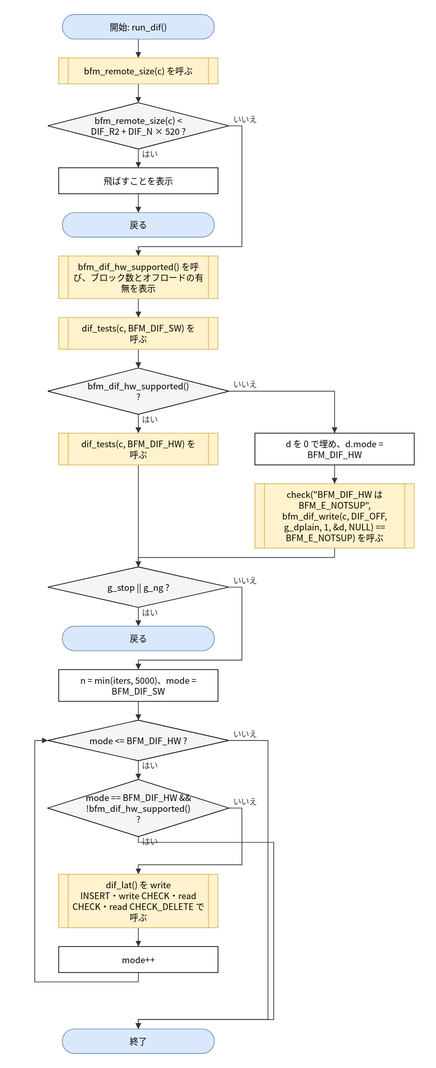
Earlier version of the draw.io export doc/spec/images/flow_test_bfm_test-run_dif.drawio.svg (hf355051012-ai/bfmem). Source tidied: cells renumbered, new cells last; positions are measured from the earlier drawing's top-left corner, leaving out a move shared by most shapes.
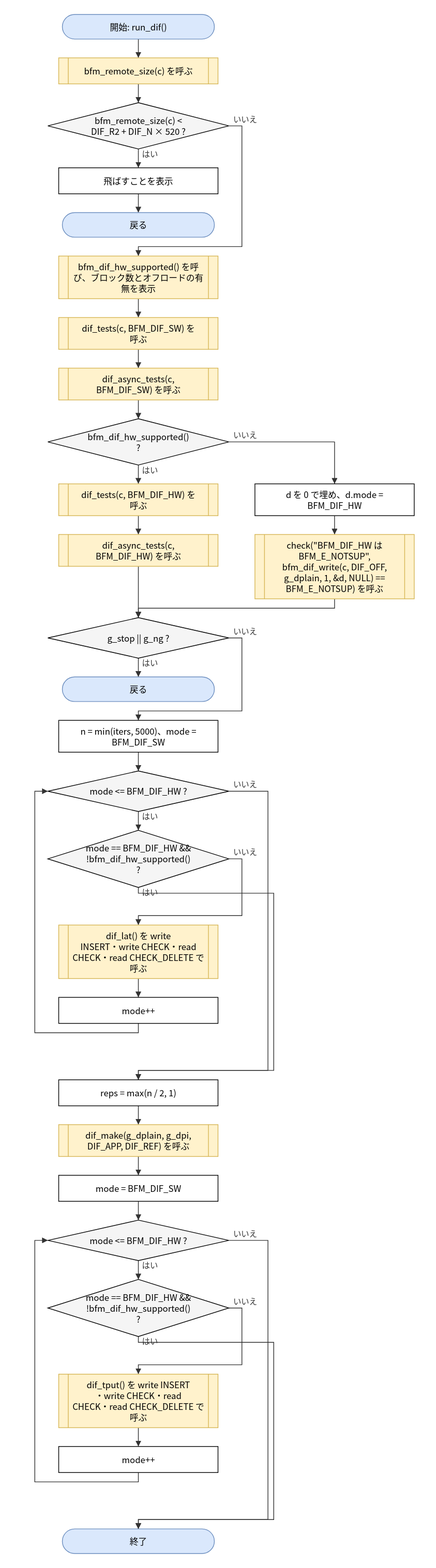
After the change.

Change to the diagram source:
```diff
@@ -25,38 +25,65 @@
     </mxCell>
-    <mxCell id="9" value="bfm_dif_hw_supported()&lt;br&gt;?" style="rhombus;whiteSpace=wrap;html=1;fillColor=#f5f5f5;" parent="1" vertex="1">
-      <mxGeometry x="18" y="489" width="250" height="64" as="geometry" />
+    <mxCell id="9" value="dif_async_tests(c,&lt;br&gt;BFM_DIF_SW) を呼ぶ" style="shape=process;whiteSpace=wrap;html=1;backgroundOutline=1;size=0.06;fillColor=#fff2cc;strokeColor=#d6b656;" parent="1" vertex="1">
+      <mxGeometry x="33" y="489" width="220" height="44" as="geometry" />
     </mxCell>
-    <mxCell id="10" value="dif_tests(c, BFM_DIF_HW) を&lt;br&gt;呼ぶ" style="shape=process;whiteSpace=wrap;html=1;backgroundOutline=1;size=0.06;fillColor=#fff2cc;strokeColor=#d6b656;" parent="1" vertex="1">
-      <mxGeometry x="33" y="579" width="220" height="44" as="geometry" />
+    <mxCell id="10" value="bfm_dif_hw_supported()&lt;br&gt;?" style="rhombus;whiteSpace=wrap;html=1;fillColor=#f5f5f5;" parent="1" vertex="1">
+      <mxGeometry x="18" y="559" width="250" height="64" as="geometry" />
     </mxCell>
-    <mxCell id="11" value="d を 0 で埋め、d.mode =&lt;br&gt;BFM_DIF_HW" style="rounded=0;whiteSpace=wrap;html=1;" parent="1" vertex="1">
-      <mxGeometry x="304" y="579" width="220" height="44" as="geometry" />
+    <mxCell id="11" value="dif_tests(c, BFM_DIF_HW) を&lt;br&gt;呼ぶ" style="shape=process;whiteSpace=wrap;html=1;backgroundOutline=1;size=0.06;fillColor=#fff2cc;strokeColor=#d6b656;" parent="1" vertex="1">
+      <mxGeometry x="33" y="649" width="220" height="44" as="geometry" />
     </mxCell>
-    <mxCell id="12" value="check(&amp;quot;BFM_DIF_HW は&lt;br&gt;BFM_E_NOTSUP&amp;quot;,&lt;br&gt;bfm_dif_write(c, DIF_OFF,&lt;br&gt;g_dplain, 1, &amp;amp;d, NULL) ==&lt;br&gt;BFM_E_NOTSUP) を呼ぶ" style="shape=process;whiteSpace=wrap;html=1;backgroundOutline=1;size=0.06;fillColor=#fff2cc;strokeColor=#d6b656;" parent="1" vertex="1">
-      <mxGeometry x="304" y="649" width="220" height="89" as="geometry" />
+    <mxCell id="12" value="dif_async_tests(c,&lt;br&gt;BFM_DIF_HW) を呼ぶ" style="shape=process;whiteSpace=wrap;html=1;backgroundOutline=1;size=0.06;fillColor=#fff2cc;strokeColor=#d6b656;" parent="1" vertex="1">
+      <mxGeometry x="33" y="719" width="220" height="44" as="geometry" />
     </mxCell>
-    <mxCell id="13" value="g_stop || g_ng ?" style="rhombus;whiteSpace=wrap;html=1;fillColor=#f5f5f5;" parent="1" vertex="1">
-      <mxGeometry x="18" y="764" width="250" height="56" as="geometry" />
+    <mxCell id="13" value="d を 0 で埋め、d.mode =&lt;br&gt;BFM_DIF_HW" style="rounded=0;whiteSpace=wrap;html=1;" parent="1" vertex="1">
+      <mxGeometry x="304" y="649" width="220" height="44" as="geometry" />
     </mxCell>
-    <mxCell id="14" value="戻る" style="rounded=1;arcSize=50;whiteSpace=wrap;html=1;fillColor=#dae8fc;strokeColor=#6c8ebf;" parent="1" vertex="1">
-      <mxGeometry x="38" y="846" width="210" height="34" as="geometry" />
+    <mxCell id="14" value="check(&amp;quot;BFM_DIF_HW は&lt;br&gt;BFM_E_NOTSUP&amp;quot;,&lt;br&gt;bfm_dif_write(c, DIF_OFF,&lt;br&gt;g_dplain, 1, &amp;amp;d, NULL) ==&lt;br&gt;BFM_E_NOTSUP) を呼ぶ" style="shape=process;whiteSpace=wrap;html=1;backgroundOutline=1;size=0.06;fillColor=#fff2cc;strokeColor=#d6b656;" parent="1" vertex="1">
+      <mxGeometry x="304" y="719" width="220" height="89" as="geometry" />
     </mxCell>
-    <mxCell id="15" value="n = min(iters, 5000)、mode =&lt;br&gt;BFM_DIF_SW" style="rounded=0;whiteSpace=wrap;html=1;" parent="1" vertex="1">
-      <mxGeometry x="33" y="906" width="220" height="44" as="geometry" />
+    <mxCell id="15" value="g_stop || g_ng ?" style="rhombus;whiteSpace=wrap;html=1;fillColor=#f5f5f5;" parent="1" vertex="1">
+      <mxGeometry x="18" y="834" width="250" height="56" as="geometry" />
     </mxCell>
-    <mxCell id="16" value="mode &amp;lt;= BFM_DIF_HW ?" style="rhombus;whiteSpace=wrap;html=1;fillColor=#f5f5f5;" parent="1" vertex="1">
-      <mxGeometry x="18" y="976" width="250" height="56" as="geometry" />
+    <mxCell id="16" value="戻る" style="rounded=1;arcSize=50;whiteSpace=wrap;html=1;fillColor=#dae8fc;strokeColor=#6c8ebf;" parent="1" vertex="1">
+      <mxGeometry x="38" y="916" width="210" height="34" as="geometry" />
     </mxCell>
-    <mxCell id="17" value="mode == BFM_DIF_HW &amp;amp;&amp;amp;&lt;br&gt;!bfm_dif_hw_supported()&lt;br&gt;?" style="rhombus;whiteSpace=wrap;html=1;fillColor=#f5f5f5;" parent="1" vertex="1">
-      <mxGeometry x="18" y="1058" width="250" height="79" as="geometry" />
+    <mxCell id="17" value="n = min(iters, 5000)、mode =&lt;br&gt;BFM_DIF_SW" style="rounded=0;whiteSpace=wrap;html=1;" parent="1" vertex="1">
+      <mxGeometry x="33" y="976" width="220" height="44" as="geometry" />
     </mxCell>
-    <mxCell id="18" value="dif_lat() を write&lt;br&gt;INSERT・write CHECK・read&lt;br&gt;CHECK・read CHECK_DELETE で&lt;br&gt;呼ぶ" style="shape=process;whiteSpace=wrap;html=1;backgroundOutline=1;size=0.06;fillColor=#fff2cc;strokeColor=#d6b656;" parent="1" vertex="1">
-      <mxGeometry x="33" y="1189" width="220" height="74" as="geometry" />
+    <mxCell id="18" value="mode &amp;lt;= BFM_DIF_HW ?" style="rhombus;whiteSpace=wrap;html=1;fillColor=#f5f5f5;" parent="1" vertex="1">
+      <mxGeometry x="18" y="1046" width="250" height="56" as="geometry" />
     </mxCell>
-    <mxCell id="19" value="mode++" style="rounded=0;whiteSpace=wrap;html=1;" parent="1" vertex="1">
-      <mxGeometry x="33" y="1289" width="220" height="36" as="geometry" />
+    <mxCell id="19" value="mode == BFM_DIF_HW &amp;amp;&amp;amp;&lt;br&gt;!bfm_dif_hw_supported()&lt;br&gt;?" style="rhombus;whiteSpace=wrap;html=1;fillColor=#f5f5f5;" parent="1" vertex="1">
+      <mxGeometry x="18" y="1128" width="250" height="79" as="geometry" />
     </mxCell>
-    <mxCell id="20" value="終了" style="rounded=1;arcSize=50;whiteSpace=wrap;html=1;fillColor=#dae8fc;strokeColor=#6c8ebf;" parent="1" vertex="1">
-      <mxGeometry x="38" y="1403" width="210" height="34" as="geometry" />
+    <mxCell id="20" value="dif_lat() を write&lt;br&gt;INSERT・write CHECK・read&lt;br&gt;CHECK・read CHECK_DELETE で&lt;br&gt;呼ぶ" style="shape=process;whiteSpace=wrap;html=1;backgroundOutline=1;size=0.06;fillColor=#fff2cc;strokeColor=#d6b656;" parent="1" vertex="1">
+      <mxGeometry x="33" y="1259" width="220" height="74" as="geometry" />
     </mxCell>
+    <mxCell id="42" value="mode++" style="rounded=0;whiteSpace=wrap;html=1;" parent="1" vertex="1">
+      <mxGeometry x="33" y="1359" width="220" height="36" as="geometry" />
+    </mxCell>
+    <mxCell id="43" value="reps = max(n / 2, 1)" style="rounded=0;whiteSpace=wrap;html=1;" parent="1" vertex="1">
+      <mxGeometry x="33" y="1473" width="220" height="36" as="geometry" />
+    </mxCell>
+    <mxCell id="44" value="dif_make(g_dplain, g_dpi,&lt;br&gt;DIF_APP, DIF_REF) を呼ぶ" style="shape=process;whiteSpace=wrap;html=1;backgroundOutline=1;size=0.06;fillColor=#fff2cc;strokeColor=#d6b656;" parent="1" vertex="1">
+      <mxGeometry x="33" y="1535" width="220" height="44" as="geometry" />
+    </mxCell>
+    <mxCell id="45" value="mode = BFM_DIF_SW" style="rounded=0;whiteSpace=wrap;html=1;" parent="1" vertex="1">
+      <mxGeometry x="33" y="1605" width="220" height="36" as="geometry" />
+    </mxCell>
+    <mxCell id="46" value="mode &amp;lt;= BFM_DIF_HW ?" style="rhombus;whiteSpace=wrap;html=1;fillColor=#f5f5f5;" parent="1" vertex="1">
+      <mxGeometry x="18" y="1667" width="250" height="56" as="geometry" />
+    </mxCell>
+    <mxCell id="47" value="mode == BFM_DIF_HW &amp;amp;&amp;amp;&lt;br&gt;!bfm_dif_hw_supported()&lt;br&gt;?" style="rhombus;whiteSpace=wrap;html=1;fillColor=#f5f5f5;" parent="1" vertex="1">
+      <mxGeometry x="18" y="1749" width="250" height="79" as="geometry" />
+    </mxCell>
+    <mxCell id="48" value="dif_tput() を write INSERT&lt;br&gt;・write CHECK・read&lt;br&gt;CHECK・read CHECK_DELETE で&lt;br&gt;呼ぶ" style="shape=process;whiteSpace=wrap;html=1;backgroundOutline=1;size=0.06;fillColor=#fff2cc;strokeColor=#d6b656;" parent="1" vertex="1">
+      <mxGeometry x="33" y="1880" width="220" height="74" as="geometry" />
+    </mxCell>
+    <mxCell id="49" value="mode++" style="rounded=0;whiteSpace=wrap;html=1;" parent="1" vertex="1">
+      <mxGeometry x="33" y="1980" width="220" height="36" as="geometry" />
+    </mxCell>
+    <mxCell id="50" value="終了" style="rounded=1;arcSize=50;whiteSpace=wrap;html=1;fillColor=#dae8fc;strokeColor=#6c8ebf;" parent="1" vertex="1">
+      <mxGeometry x="38" y="2094" width="210" height="34" as="geometry" />
+    </mxCell>
     <mxCell id="21" style="edgeStyle=none;html=1;rounded=0;endArrow=block;endFill=1;exitX=0.5000;exitY=1.0000;exitDx=0;exitDy=0;exitPerimeter=0;entryX=0.5000;entryY=0.0000;entryDx=0;entryDy=0;entryPerimeter=0;" parent="1" edge="1" source="2" target="3">
@@ -88,11 +115,7 @@
     </mxCell>
-    <mxCell id="28" value="はい" style="edgeStyle=none;html=1;rounded=0;endArrow=block;endFill=1;exitX=0.5000;exitY=1.0000;exitDx=0;exitDy=0;exitPerimeter=0;entryX=0.5000;entryY=0.0000;entryDx=0;entryDy=0;entryPerimeter=0;" parent="1" edge="1" source="9" target="10">
+    <mxCell id="28" style="edgeStyle=none;html=1;rounded=0;endArrow=block;endFill=1;exitX=0.5000;exitY=1.0000;exitDx=0;exitDy=0;exitPerimeter=0;entryX=0.5000;entryY=0.0000;entryDx=0;entryDy=0;entryPerimeter=0;" parent="1" edge="1" source="9" target="10">
       <mxGeometry relative="1" as="geometry" />
     </mxCell>
-    <mxCell id="29" value="いいえ" style="edgeStyle=none;html=1;rounded=0;endArrow=block;endFill=1;exitX=1.0000;exitY=0.5000;exitDx=0;exitDy=0;exitPerimeter=0;entryX=0.5000;entryY=0.0000;entryDx=0;entryDy=0;entryPerimeter=0;" parent="1" edge="1" source="9" target="11">
-      <mxGeometry relative="1" as="geometry">
-        <Array as="points">
-          <mxPoint x="414" y="521" />
-        </Array>
-      </mxGeometry>
+    <mxCell id="29" value="はい" style="edgeStyle=none;html=1;rounded=0;endArrow=block;endFill=1;exitX=0.5000;exitY=1.0000;exitDx=0;exitDy=0;exitPerimeter=0;entryX=0.5000;entryY=0.0000;entryDx=0;entryDy=0;entryPerimeter=0;" parent="1" edge="1" source="10" target="11">
+      <mxGeometry relative="1" as="geometry" />
     </mxCell>
@@ -101,22 +124,20 @@
     </mxCell>
-    <mxCell id="31" style="edgeStyle=none;html=1;rounded=0;endArrow=block;endFill=1;exitX=0.5000;exitY=1.0000;exitDx=0;exitDy=0;exitPerimeter=0;entryX=0.5000;entryY=0.0000;entryDx=0;entryDy=0;entryPerimeter=0;" parent="1" edge="1" source="10" target="13">
-      <mxGeometry relative="1" as="geometry" />
+    <mxCell id="31" value="いいえ" style="edgeStyle=none;html=1;rounded=0;endArrow=block;endFill=1;exitX=1.0000;exitY=0.5000;exitDx=0;exitDy=0;exitPerimeter=0;entryX=0.5000;entryY=0.0000;entryDx=0;entryDy=0;entryPerimeter=0;" parent="1" edge="1" source="10" target="13">
+      <mxGeometry relative="1" as="geometry">
+        <Array as="points">
+          <mxPoint x="414" y="591" />
+        </Array>
+      </mxGeometry>
     </mxCell>
-    <mxCell id="32" style="edgeStyle=none;html=1;rounded=0;endArrow=block;endFill=1;exitX=0.5000;exitY=1.0000;exitDx=0;exitDy=0;exitPerimeter=0;entryX=0.5000;entryY=0.0000;entryDx=0;entryDy=0;entryPerimeter=0;" parent="1" edge="1" source="12" target="13">
-      <mxGeometry relative="1" as="geometry">
-        <Array as="points">
-          <mxPoint x="414" y="751" />
-          <mxPoint x="143" y="751" />
-        </Array>
-      </mxGeometry>
+    <mxCell id="32" style="edgeStyle=none;html=1;rounded=0;endArrow=block;endFill=1;exitX=0.5000;exitY=1.0000;exitDx=0;exitDy=0;exitPerimeter=0;entryX=0.5000;entryY=0.0000;entryDx=0;entryDy=0;entryPerimeter=0;" parent="1" edge="1" source="13" target="14">
+      <mxGeometry relative="1" as="geometry" />
     </mxCell>
-    <mxCell id="33" value="はい" style="edgeStyle=none;html=1;rounded=0;endArrow=block;endFill=1;exitX=0.5000;exitY=1.0000;exitDx=0;exitDy=0;exitPerimeter=0;entryX=0.5000;entryY=0.0000;entryDx=0;entryDy=0;entryPerimeter=0;" parent="1" edge="1" source="13" target="14">
+    <mxCell id="33" style="edgeStyle=none;html=1;rounded=0;endArrow=block;endFill=1;exitX=0.5000;exitY=1.0000;exitDx=0;exitDy=0;exitPerimeter=0;entryX=0.5000;entryY=0.0000;entryDx=0;entryDy=0;entryPerimeter=0;" parent="1" edge="1" source="12" target="15">
       <mxGeometry relative="1" as="geometry" />
     </mxCell>
-    <mxCell id="34" value="いいえ" style="edgeStyle=none;html=1;rounded=0;endArrow=block;endFill=1;exitX=1.0000;exitY=0.5000;exitDx=0;exitDy=0;exitPerimeter=0;entryX=0.5000;entryY=0.0000;entryDx=0;entryDy=0;entryPerimeter=0;" parent="1" edge="1" source="13" target="15">
+    <mxCell id="34" style="edgeStyle=none;html=1;rounded=0;endArrow=block;endFill=1;exitX=0.5000;exitY=1.0000;exitDx=0;exitDy=0;exitPerimeter=0;entryX=0.5000;entryY=0.0000;entryDx=0;entryDy=0;entryPerimeter=0;" parent="1" edge="1" source="14" target="15">
       <mxGeometry relative="1" as="geometry">
         <Array as="points">
-          <mxPoint x="286" y="792" />
-          <mxPoint x="286" y="893" />
-          <mxPoint x="143" y="893" />
+          <mxPoint x="414" y="821" />
+          <mxPoint x="143" y="821" />
         </Array>
@@ -124,26 +145,26 @@
     </mxCell>
-    <mxCell id="35" style="edgeStyle=none;html=1;rounded=0;endArrow=block;endFill=1;exitX=0.5000;exitY=1.0000;exitDx=0;exitDy=0;exitPerimeter=0;entryX=0.5000;entryY=0.0000;entryDx=0;entryDy=0;entryPerimeter=0;" parent="1" edge="1" source="15" target="16">
+    <mxCell id="35" value="はい" style="edgeStyle=none;html=1;rounded=0;endArrow=block;endFill=1;exitX=0.5000;exitY=1.0000;exitDx=0;exitDy=0;exitPerimeter=0;entryX=0.5000;entryY=0.0000;entryDx=0;entryDy=0;entryPerimeter=0;" parent="1" edge="1" source="15" target="16">
       <mxGeometry relative="1" as="geometry" />
     </mxCell>
-    <mxCell id="36" value="はい" style="edgeStyle=none;html=1;rounded=0;endArrow=block;endFill=1;exitX=0.5000;exitY=1.0000;exitDx=0;exitDy=0;exitPerimeter=0;entryX=0.5000;entryY=0.0000;entryDx=0;entryDy=0;entryPerimeter=0;" parent="1" edge="1" source="16" target="17">
-      <mxGeometry relative="1" as="geometry" />
+    <mxCell id="36" value="いいえ" style="edgeStyle=none;html=1;rounded=0;endArrow=block;endFill=1;exitX=1.0000;exitY=0.5000;exitDx=0;exitDy=0;exitPerimeter=0;entryX=0.5000;entryY=0.0000;entryDx=0;entryDy=0;entryPerimeter=0;" parent="1" edge="1" source="15" target="17">
+      <mxGeometry relative="1" as="geometry">
+        <Array as="points">
+          <mxPoint x="286" y="862" />
+          <mxPoint x="286" y="963" />
+          <mxPoint x="143" y="963" />
+        </Array>
+      </mxGeometry>
     </mxCell>
-    <mxCell id="37" value="いいえ" style="edgeStyle=none;html=1;rounded=0;endArrow=block;endFill=1;exitX=1.0000;exitY=0.5000;exitDx=0;exitDy=0;exitPerimeter=0;entryX=0.5000;entryY=0.0000;entryDx=0;entryDy=0;entryPerimeter=0;" parent="1" edge="1" source="17" target="18">
-      <mxGeometry relative="1" as="geometry">
-        <Array as="points">
-          <mxPoint x="286" y="1097.5" />
-          <mxPoint x="286" y="1176" />
-          <mxPoint x="143" y="1176" />
-        </Array>
-      </mxGeometry>
+    <mxCell id="37" style="edgeStyle=none;html=1;rounded=0;endArrow=block;endFill=1;exitX=0.5000;exitY=1.0000;exitDx=0;exitDy=0;exitPerimeter=0;entryX=0.5000;entryY=0.0000;entryDx=0;entryDy=0;entryPerimeter=0;" parent="1" edge="1" source="17" target="18">
+      <mxGeometry relative="1" as="geometry" />
     </mxCell>
-    <mxCell id="38" style="edgeStyle=none;html=1;rounded=0;endArrow=block;endFill=1;exitX=0.5000;exitY=1.0000;exitDx=0;exitDy=0;exitPerimeter=0;entryX=0.5000;entryY=0.0000;entryDx=0;entryDy=0;entryPerimeter=0;" parent="1" edge="1" source="18" target="19">
+    <mxCell id="38" value="はい" style="edgeStyle=none;html=1;rounded=0;endArrow=block;endFill=1;exitX=0.5000;exitY=1.0000;exitDx=0;exitDy=0;exitPerimeter=0;entryX=0.5000;entryY=0.0000;entryDx=0;entryDy=0;entryPerimeter=0;" parent="1" edge="1" source="18" target="19">
       <mxGeometry relative="1" as="geometry" />
     </mxCell>
-    <mxCell id="39" style="edgeStyle=none;html=1;rounded=0;endArrow=block;endFill=1;exitX=0.5000;exitY=1.0000;exitDx=0;exitDy=0;exitPerimeter=0;entryX=0.0000;entryY=0.5000;entryDx=0;entryDy=0;entryPerimeter=0;" parent="1" edge="1" source="19" target="16">
+    <mxCell id="39" value="いいえ" style="edgeStyle=none;html=1;rounded=0;endArrow=block;endFill=1;exitX=1.0000;exitY=0.5000;exitDx=0;exitDy=0;exitPerimeter=0;entryX=0.5000;entryY=0.0000;entryDx=0;entryDy=0;entryPerimeter=0;" parent="1" edge="1" source="19" target="20">
       <mxGeometry relative="1" as="geometry">
         <Array as="points">
-          <mxPoint x="143" y="1338" />
-          <mxPoint y="1338" />
-          <mxPoint y="1004" />
+          <mxPoint x="286" y="1167.5" />
+          <mxPoint x="286" y="1246" />
+          <mxPoint x="143" y="1246" />
         </Array>
@@ -151,18 +172,11 @@
     </mxCell>
-    <mxCell id="40" value="いいえ" style="edgeStyle=none;html=1;rounded=0;endArrow=block;endFill=1;exitX=1.0000;exitY=0.5000;exitDx=0;exitDy=0;exitPerimeter=0;entryX=0.5000;entryY=0.0000;entryDx=0;entryDy=0;entryPerimeter=0;" parent="1" edge="1" source="16" target="20">
-      <mxGeometry relative="1" as="geometry">
-        <Array as="points">
-          <mxPoint x="322" y="1004" />
-          <mxPoint x="322" y="1390" />
-          <mxPoint x="143" y="1390" />
-        </Array>
-      </mxGeometry>
+    <mxCell id="40" style="edgeStyle=none;html=1;rounded=0;endArrow=block;endFill=1;exitX=0.5000;exitY=1.0000;exitDx=0;exitDy=0;exitPerimeter=0;entryX=0.5000;entryY=0.0000;entryDx=0;entryDy=0;entryPerimeter=0;" parent="1" edge="1" source="20" target="42">
+      <mxGeometry relative="1" as="geometry" />
     </mxCell>
-    <mxCell id="41" value="はい" style="edgeStyle=none;html=1;rounded=0;endArrow=block;endFill=1;exitX=0.5000;exitY=1.0000;exitDx=0;exitDy=0;exitPerimeter=0;entryX=0.5000;entryY=0.0000;entryDx=0;entryDy=0;entryPerimeter=0;" parent="1" edge="1" source="17" target="20">
+    <mxCell id="41" style="edgeStyle=none;html=1;rounded=0;endArrow=block;endFill=1;exitX=0.5000;exitY=1.0000;exitDx=0;exitDy=0;exitPerimeter=0;entryX=0.0000;entryY=0.5000;entryDx=0;entryDy=0;entryPerimeter=0;" parent="1" edge="1" source="42" target="18">
       <mxGeometry relative="1" as="geometry">
         <Array as="points">
-          <mxPoint x="143" y="1145" />
-          <mxPoint x="330" y="1145" />
-          <mxPoint x="330" y="1390" />
-          <mxPoint x="143" y="1390" />
+          <mxPoint x="143" y="1408" />
+          <mxPoint y="1408" />
+          <mxPoint y="1074" />
         </Array>
@@ -170,2 +184,73 @@
     </mxCell>
+    <mxCell id="51" value="いいえ" style="edgeStyle=none;html=1;rounded=0;endArrow=block;endFill=1;exitX=1.0000;exitY=0.5000;exitDx=0;exitDy=0;exitPerimeter=0;entryX=0.5000;entryY=0.0000;entryDx=0;entryDy=0;entryPerimeter=0;" parent="1" edge="1" source="18" target="43">
+      <mxGeometry relative="1" as="geometry">
+        <Array as="points">
+          <mxPoint x="322" y="1074" />
+          <mxPoint x="322" y="1460" />
+          <mxPoint x="143" y="1460" />
+        </Array>
+      </mxGeometry>
+    </mxCell>
+    <mxCell id="52" value="はい" style="edgeStyle=none;html=1;rounded=0;endArrow=block;endFill=1;exitX=0.5000;exitY=1.0000;exitDx=0;exitDy=0;exitPerimeter=0;entryX=0.5000;entryY=0.0000;entryDx=0;entryDy=0;entryPerimeter=0;" parent="1" edge="1" source="19" target="43">
+      <mxGeometry relative="1" as="geometry">
+        <Array as="points">
+          <mxPoint x="143" y="1215" />
+          <mxPoint x="330" y="1215" />
+          <mxPoint x="330" y="1460" />
+          <mxPoint x="143" y="1460" />
+        </Array>
+      </mxGeometry>
+    </mxCell>
+    <mxCell id="53" style="edgeStyle=none;html=1;rounded=0;endArrow=block;endFill=1;exitX=0.5000;exitY=1.0000;exitDx=0;exitDy=0;exitPerimeter=0;entryX=0.5000;entryY=0.0000;entryDx=0;entryDy=0;entryPerimeter=0;" parent="1" edge="1" source="43" target="44">
+      <mxGeometry relative="1" as="geometry" />
+    </mxCell>
+    <mxCell id="54" style="edgeStyle=none;html=1;rounded=0;endArrow=block;endFill=1;exitX=0.5000;exitY=1.0000;exitDx=0;exitDy=0;exitPerimeter=0;entryX=0.5000;entryY=0.0000;entryDx=0;entryDy=0;entryPerimeter=0;" parent="1" edge="1" source="44" target="45">
+      <mxGeometry relative="1" as="geometry" />
+    </mxCell>
+    <mxCell id="55" style="edgeStyle=none;html=1;rounded=0;endArrow=block;endFill=1;exitX=0.5000;exitY=1.0000;exitDx=0;exitDy=0;exitPerimeter=0;entryX=0.5000;entryY=0.0000;entryDx=0;entryDy=0;entryPerimeter=0;" parent="1" edge="1" source="45" target="46">
+      <mxGeometry relative="1" as="geometry" />
+    </mxCell>
+    <mxCell id="56" value="はい" style="edgeStyle=none;html=1;rounded=0;endArrow=block;endFill=1;exitX=0.5000;exitY=1.0000;exitDx=0;exitDy=0;exitPerimeter=0;entryX=0.5000;entryY=0.0000;entryDx=0;entryDy=0;entryPerimeter=0;" parent="1" edge="1" source="46" target="47">
+      <mxGeometry relative="1" as="geometry" />
+    </mxCell>
+    <mxCell id="57" value="いいえ" style="edgeStyle=none;html=1;rounded=0;endArrow=block;endFill=1;exitX=1.0000;exitY=0.5000;exitDx=0;exitDy=0;exitPerimeter=0;entryX=0.5000;entryY=0.0000;entryDx=0;entryDy=0;entryPerimeter=0;" parent="1" edge="1" source="47" target="48">
+      <mxGeometry relative="1" as="geometry">
+        <Array as="points">
+          <mxPoint x="286" y="1788.5" />
+          <mxPoint x="286" y="1867" />
+          <mxPoint x="143" y="1867" />
+        </Array>
+      </mxGeometry>
+    </mxCell>
+    <mxCell id="58" style="edgeStyle=none;html=1;rounded=0;endArrow=block;endFill=1;exitX=0.5000;exitY=1.0000;exitDx=0;exitDy=0;exitPerimeter=0;entryX=0.5000;entryY=0.0000;entryDx=0;entryDy=0;entryPerimeter=0;" parent="1" edge="1" source="48" target="49">
+      <mxGeometry relative="1" as="geometry" />
+    </mxCell>
+    <mxCell id="59" style="edgeStyle=none;html=1;rounded=0;endArrow=block;endFill=1;exitX=0.5000;exitY=1.0000;exitDx=0;exitDy=0;exitPerimeter=0;entryX=0.0000;entryY=0.5000;entryDx=0;entryDy=0;entryPerimeter=0;" parent="1" edge="1" source="49" target="46">
+      <mxGeometry relative="1" as="geometry">
+        <Array as="points">
+          <mxPoint x="143" y="2029" />
+          <mxPoint y="2029" />
+          <mxPoint y="1695" />
+        </Array>
+      </mxGeometry>
+    </mxCell>
+    <mxCell id="60" value="いいえ" style="edgeStyle=none;html=1;rounded=0;endArrow=block;endFill=1;exitX=1.0000;exitY=0.5000;exitDx=0;exitDy=0;exitPerimeter=0;entryX=0.5000;entryY=0.0000;entryDx=0;entryDy=0;entryPerimeter=0;" parent="1" edge="1" source="46" target="50">
+      <mxGeometry relative="1" as="geometry">
+        <Array as="points">
+          <mxPoint x="322" y="1695" />
+          <mxPoint x="322" y="2081" />
+          <mxPoint x="143" y="2081" />
+        </Array>
+      </mxGeometry>
+    </mxCell>
+    <mxCell id="61" value="はい" style="edgeStyle=none;html=1;rounded=0;endArrow=block;endFill=1;exitX=0.5000;exitY=1.0000;exitDx=0;exitDy=0;exitPerimeter=0;entryX=0.5000;entryY=0.0000;entryDx=0;entryDy=0;entryPerimeter=0;" parent="1" edge="1" source="47" target="50">
+      <mxGeometry relative="1" as="geometry">
+        <Array as="points">
+          <mxPoint x="143" y="1836" />
+          <mxPoint x="330" y="1836" />
+          <mxPoint x="330" y="2081" />
+          <mxPoint x="143" y="2081" />
+        </Array>
+      </mxGeometry>
+    </mxCell>
   </root>
```
